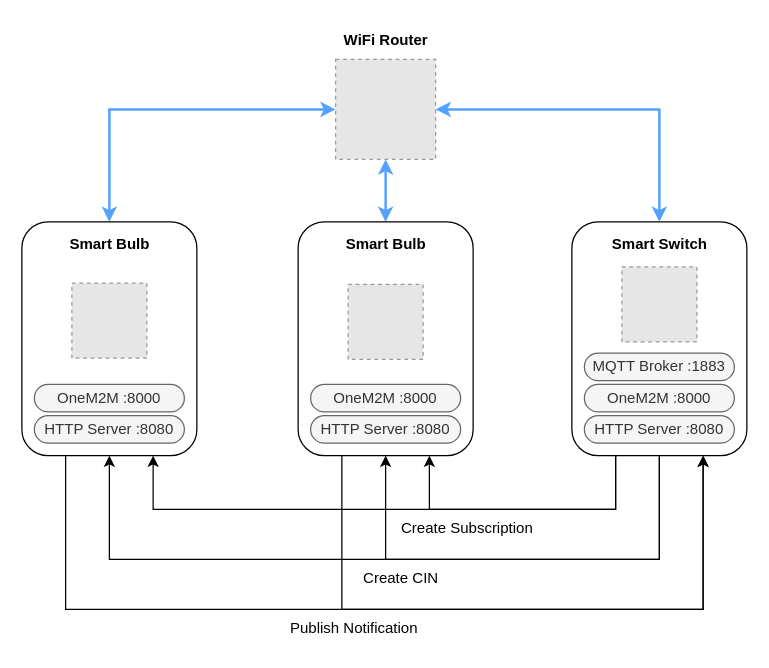
Above: page "Architecture" (1 of 4) of assets/diagrams.drawio in daniel-carreira/smart-lighting-onem2m (draw.io), before the change. Source tidied: cells renumbered, new cells numbered last; positions are measured from the earlier drawing's top-left corner, leaving out a move shared by most shapes. Both pictures are drawn from the tidied source at 125%, with x=0, y=0 at pixel (21, 21). Pictures stored in the file or linked from it are replaced by grey dashed boxes.
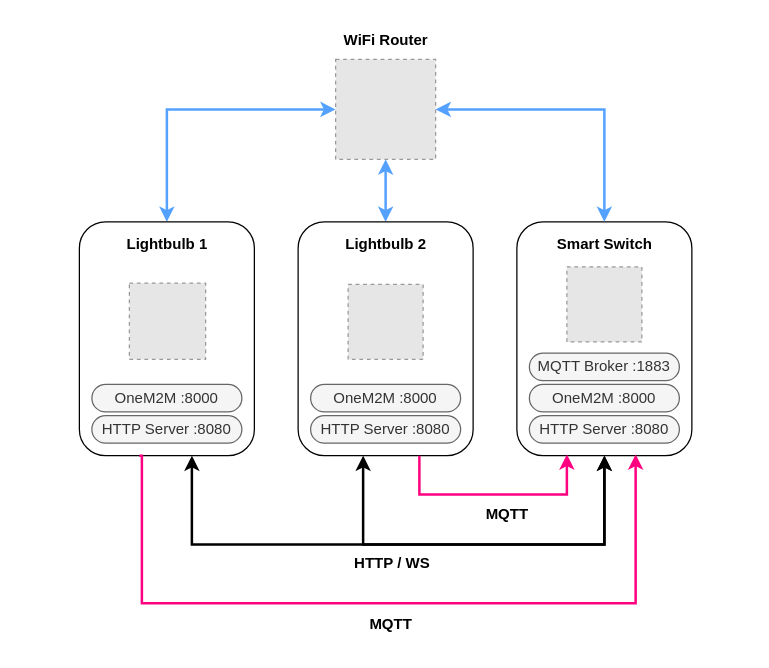
After the change.

Unchanged cells that the change refers to:
```xml
<mxCell id="2" style="fillColor=#E6E6E6;strokeColor=#999999;dashed=1;verticalLabelPosition=bottom;labelBackgroundColor=default;verticalAlign=top;" parent="1" vertex="1">
  <mxGeometry x="251" y="30" width="80" height="80" as="geometry" />
</mxCell>
<mxCell id="21" style="rounded=1;whiteSpace=wrap;html=1;" parent="1" vertex="1">
  <mxGeometry x="221" y="160" width="140" height="187" as="geometry" />
</mxCell>
```

Diff of the diagram source:
```diff
@@
-    <mxCell id="4" style="edgeStyle=orthogonalEdgeStyle;rounded=0;jettySize=auto;html=1;entryX=0.5;entryY=1;entryDx=0;entryDy=0;exitX=0.5;exitY=1;exitDx=0;exitDy=0;" parent="1" edge="1" source="8" target="21">
-      <mxGeometry relative="1" as="geometry">
-        <Array as="points">
-          <mxPoint x="510" y="430" />
-          <mxPoint x="291" y="430" />
-        </Array>
-      </mxGeometry>
-    </mxCell>
-    <mxCell id="5" style="edgeStyle=orthogonalEdgeStyle;rounded=0;jettySize=auto;html=1;entryX=0.5;entryY=1;entryDx=0;entryDy=0;exitX=0.5;exitY=1;exitDx=0;exitDy=0;" parent="1" edge="1" source="8" target="24">
-      <mxGeometry relative="1" as="geometry">
-        <Array as="points">
-          <mxPoint x="510" y="430" />
-          <mxPoint x="70" y="430" />
-        </Array>
-      </mxGeometry>
-    </mxCell>
-    <mxCell id="6" style="edgeStyle=orthogonalEdgeStyle;rounded=0;jettySize=auto;html=1;entryX=0.75;entryY=1;entryDx=0;entryDy=0;exitX=0.25;exitY=1;exitDx=0;exitDy=0;" parent="1" edge="1" source="8" target="21">
-      <mxGeometry relative="1" as="geometry">
-        <Array as="points">
-          <mxPoint x="475" y="390" />
-          <mxPoint x="326" y="390" />
-        </Array>
-      </mxGeometry>
-    </mxCell>
-    <mxCell id="7" style="edgeStyle=orthogonalEdgeStyle;rounded=0;jettySize=auto;html=1;entryX=0.75;entryY=1;entryDx=0;entryDy=0;exitX=0.25;exitY=1;exitDx=0;exitDy=0;" parent="1" edge="1" source="8" target="24">
-      <mxGeometry relative="1" as="geometry">
-        <Array as="points">
-          <mxPoint x="475" y="390" />
-          <mxPoint x="105" y="390" />
-        </Array>
-      </mxGeometry>
-    </mxCell>
     <mxCell id="8" style="rounded=1;whiteSpace=wrap;html=1;" parent="1" vertex="1">
-      <mxGeometry x="440" y="160" width="140" height="187" as="geometry" />
+      <mxGeometry x="396" y="160" width="140" height="187" as="geometry" />
     </mxCell>
     <mxCell id="9" style="edgeStyle=orthogonalEdgeStyle;rounded=0;jettySize=auto;html=1;entryX=1;entryY=0.5;entryDx=0;entryDy=0;startArrow=classic;startFill=1;strokeWidth=2;strokeColor=#54a1ff;exitX=0.5;exitY=0;exitDx=0;exitDy=0;" parent="1" edge="1" source="8" target="2">
       <mxGeometry relative="1" as="geometry">
         <Array as="points">
-          <mxPoint x="510" y="70" />
+          <mxPoint x="466" y="70" />
         </Array>
       </mxGeometry>
     </mxCell>
     <mxCell id="10" value="Smart Switch" style="text;html=1;align=center;verticalAlign=middle;strokeColor=none;fillColor=none;fontStyle=1;" parent="1" vertex="1">
-      <mxGeometry x="460" y="163" width="100" height="30" as="geometry" />
+      <mxGeometry x="416" y="163" width="100" height="30" as="geometry" />
     </mxCell>
     <mxCell id="11" style="fillColor=#E6E6E6;strokeColor=#999999;dashed=1;verticalLabelPosition=bottom;labelBackgroundColor=default;verticalAlign=top;rotation=90;" parent="1" vertex="1">
-      <mxGeometry x="480" y="196" width="60" height="60" as="geometry" />
+      <mxGeometry x="436" y="196" width="60" height="60" as="geometry" />
     </mxCell>
     <mxCell id="12" value="HTTP Server :8080" style="rounded=1;whiteSpace=wrap;html=1;arcSize=50;fillColor=#f5f5f5;fontColor=#333333;strokeColor=#666666;" parent="1" vertex="1">
-      <mxGeometry x="450" y="315" width="120" height="22" as="geometry" />
+      <mxGeometry x="406" y="315" width="120" height="22" as="geometry" />
     </mxCell>
     <mxCell id="13" value="MQTT Broker :1883" style="rounded=1;whiteSpace=wrap;html=1;arcSize=50;fillColor=#f5f5f5;fontColor=#333333;strokeColor=#666666;" parent="1" vertex="1">
-      <mxGeometry x="450" y="265" width="120" height="22" as="geometry" />
+      <mxGeometry x="406" y="265" width="120" height="22" as="geometry" />
     </mxCell>
     <mxCell id="14" style="edgeStyle=orthogonalEdgeStyle;rounded=0;jettySize=auto;html=1;entryX=0;entryY=0.5;entryDx=0;entryDy=0;startArrow=classic;startFill=1;strokeWidth=2;strokeColor=#54a1ff;exitX=0.5;exitY=0;exitDx=0;exitDy=0;" parent="1" edge="1" source="24" target="2">
       <mxGeometry relative="1" as="geometry">
         <Array as="points">
-          <mxPoint x="70" y="70" />
+          <mxPoint x="116" y="70" />
         </Array>
       </mxGeometry>
     </mxCell>
@@
-    <mxCell id="16" value="Create CIN" style="text;html=1;strokeColor=none;fillColor=none;align=center;verticalAlign=middle;whiteSpace=wrap;rounded=0;" parent="1" vertex="1">
-      <mxGeometry x="256" y="430" width="95" height="30" as="geometry" />
-    </mxCell>
-    <mxCell id="17" value="Create Subscription" style="text;html=1;strokeColor=none;fillColor=none;align=center;verticalAlign=middle;whiteSpace=wrap;rounded=0;" parent="1" vertex="1">
-      <mxGeometry x="291" y="390" width="131" height="30" as="geometry" />
-    </mxCell>
-    <mxCell id="18" style="edgeStyle=orthogonalEdgeStyle;rounded=0;jettySize=auto;html=1;entryX=0.75;entryY=1;entryDx=0;entryDy=0;exitX=0.25;exitY=1;exitDx=0;exitDy=0;" parent="1" edge="1" source="24" target="8">
-      <mxGeometry relative="1" as="geometry">
-        <Array as="points">
-          <mxPoint x="35" y="470" />
-          <mxPoint x="545" y="470" />
-        </Array>
-      </mxGeometry>
-    </mxCell>
-    <mxCell id="19" style="edgeStyle=orthogonalEdgeStyle;rounded=0;jettySize=auto;html=1;entryX=0.75;entryY=1;entryDx=0;entryDy=0;exitX=0.25;exitY=1;exitDx=0;exitDy=0;" parent="1" edge="1" source="21" target="8">
-      <mxGeometry relative="1" as="geometry">
-        <Array as="points">
-          <mxPoint x="256" y="470" />
-          <mxPoint x="545" y="470" />
-        </Array>
-      </mxGeometry>
-    </mxCell>
-    <mxCell id="20" value="Publish Notification" style="text;html=1;strokeColor=none;fillColor=none;align=center;verticalAlign=middle;whiteSpace=wrap;rounded=0;" parent="1" vertex="1">
-      <mxGeometry x="201" y="470" width="130" height="30" as="geometry" />
-    </mxCell>
@@
-    <mxCell id="23" value="Smart Bulb" style="text;html=1;align=center;verticalAlign=middle;strokeColor=none;fillColor=none;fontStyle=1;" parent="1" vertex="1">
+    <mxCell id="23" value="Lightbulb 2" style="text;html=1;align=center;verticalAlign=middle;strokeColor=none;fillColor=none;fontStyle=1;" parent="1" vertex="1">
       <mxGeometry x="246" y="163" width="90" height="30" as="geometry" />
     </mxCell>
     <mxCell id="24" style="rounded=1;whiteSpace=wrap;html=1;" parent="1" vertex="1">
-      <mxGeometry y="160" width="140" height="187" as="geometry" />
+      <mxGeometry x="46" y="160" width="140" height="187" as="geometry" />
     </mxCell>
     <mxCell id="25" style="fillColor=#E6E6E6;strokeColor=#999999;dashed=1;verticalLabelPosition=bottom;labelBackgroundColor=default;verticalAlign=top;" parent="1" vertex="1">
-      <mxGeometry x="40" y="209" width="60" height="60" as="geometry" />
+      <mxGeometry x="86" y="209" width="61" height="61" as="geometry" />
     </mxCell>
-    <mxCell id="26" value="Smart Bulb" style="text;html=1;align=center;verticalAlign=middle;strokeColor=none;fillColor=none;fontStyle=1;" parent="1" vertex="1">
-      <mxGeometry x="25" y="163" width="90" height="30" as="geometry" />
+    <mxCell id="26" value="Lightbulb 1" style="text;html=1;align=center;verticalAlign=middle;strokeColor=none;fillColor=none;fontStyle=1;" parent="1" vertex="1">
+      <mxGeometry x="71" y="163" width="90" height="30" as="geometry" />
     </mxCell>
     <mxCell id="27" value="OneM2M :8000" style="rounded=1;whiteSpace=wrap;html=1;arcSize=50;fillColor=#f5f5f5;fontColor=#333333;strokeColor=#666666;" parent="1" vertex="1">
-      <mxGeometry x="10" y="290" width="120" height="22" as="geometry" />
+      <mxGeometry x="56" y="290" width="120" height="22" as="geometry" />
     </mxCell>
     <mxCell id="28" value="OneM2M :8000" style="rounded=1;whiteSpace=wrap;html=1;arcSize=50;fillColor=#f5f5f5;fontColor=#333333;strokeColor=#666666;" parent="1" vertex="1">
-      <mxGeometry x="450" y="290" width="120" height="22" as="geometry" />
+      <mxGeometry x="406" y="290" width="120" height="22" as="geometry" />
     </mxCell>
     <mxCell id="29" value="HTTP Server :8080" style="rounded=1;whiteSpace=wrap;html=1;arcSize=50;fillColor=#f5f5f5;fontColor=#333333;strokeColor=#666666;" parent="1" vertex="1">
-      <mxGeometry x="10" y="315" width="120" height="22" as="geometry" />
+      <mxGeometry x="56" y="315" width="120" height="22" as="geometry" />
     </mxCell>
@@
+    <mxCell id="32" style="edgeStyle=orthogonalEdgeStyle;rounded=0;orthogonalLoop=1;jettySize=auto;html=1;entryX=0.369;entryY=0.998;entryDx=0;entryDy=0;exitX=0.5;exitY=1;exitDx=0;exitDy=0;strokeWidth=2;startArrow=classic;startFill=1;endArrow=classic;endFill=1;entryPerimeter=0;" parent="1" edge="1">
+      <mxGeometry relative="1" as="geometry">
+        <mxPoint x="466" y="347" as="sourcePoint" />
+        <mxPoint x="273" y="347" as="targetPoint" />
+        <Array as="points">
+          <mxPoint x="466" y="418" />
+          <mxPoint x="273" y="418" />
+        </Array>
+      </mxGeometry>
+    </mxCell>
+    <mxCell id="33" style="edgeStyle=orthogonalEdgeStyle;rounded=0;orthogonalLoop=1;jettySize=auto;html=1;exitX=0.641;exitY=1;exitDx=0;exitDy=0;strokeWidth=2;strokeColor=#FF0080;exitPerimeter=0;" parent="1" edge="1">
+      <mxGeometry relative="1" as="geometry">
+        <mxPoint x="318" y="347" as="sourcePoint" />
+        <mxPoint x="436" y="346" as="targetPoint" />
+        <Array as="points">
+          <mxPoint x="318" y="378" />
+          <mxPoint x="436" y="378" />
+          <mxPoint x="436" y="346" />
+        </Array>
+      </mxGeometry>
+    </mxCell>
+    <mxCell id="34" style="edgeStyle=orthogonalEdgeStyle;rounded=0;orthogonalLoop=1;jettySize=auto;html=1;entryX=0.68;entryY=0.997;entryDx=0;entryDy=0;exitX=0.345;exitY=1;exitDx=0;exitDy=0;strokeColor=#FF0080;strokeWidth=2;exitPerimeter=0;entryPerimeter=0;" parent="1" edge="1">
+      <mxGeometry relative="1" as="geometry">
+        <mxPoint x="94" y="347" as="sourcePoint" />
+        <mxPoint x="491" y="346" as="targetPoint" />
+        <Array as="points">
+          <mxPoint x="96" y="347" />
+          <mxPoint x="96" y="465" />
+          <mxPoint x="491" y="465" />
+        </Array>
+      </mxGeometry>
+    </mxCell>
+    <mxCell id="35" style="edgeStyle=orthogonalEdgeStyle;rounded=0;orthogonalLoop=1;jettySize=auto;html=1;exitX=0.5;exitY=1;exitDx=0;exitDy=0;strokeWidth=2;startArrow=classic;startFill=1;" parent="1" edge="1">
+      <mxGeometry relative="1" as="geometry">
+        <mxPoint x="466" y="347" as="sourcePoint" />
+        <mxPoint x="136" y="347" as="targetPoint" />
+        <Array as="points">
+          <mxPoint x="466" y="418" />
+          <mxPoint x="136" y="418" />
+          <mxPoint x="136" y="347" />
+        </Array>
+      </mxGeometry>
+    </mxCell>
+    <mxCell id="36" value="HTTP / WS" style="text;html=1;align=center;verticalAlign=middle;strokeColor=none;fillColor=none;fontStyle=1;" parent="1" vertex="1">
+      <mxGeometry x="257" y="420" width="78" height="26" as="geometry" />
+    </mxCell>
+    <mxCell id="37" value="MQTT" style="text;html=1;align=center;verticalAlign=middle;strokeColor=none;fillColor=none;fontStyle=1;" parent="1" vertex="1">
+      <mxGeometry x="269" y="469" width="52" height="26" as="geometry" />
+    </mxCell>
+    <mxCell id="38" value="MQTT" style="text;html=1;align=center;verticalAlign=middle;strokeColor=none;fillColor=none;fontStyle=1;" parent="1" vertex="1">
+      <mxGeometry x="362" y="381" width="52" height="26" as="geometry" />
+    </mxCell>
```
